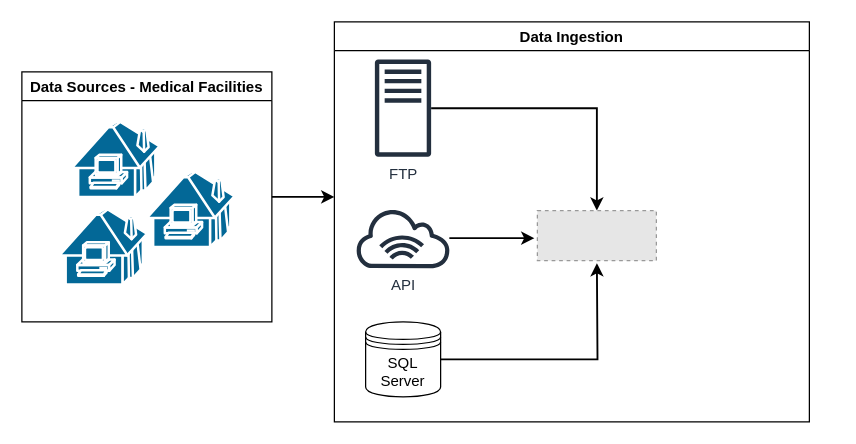
Before: Untitled Diagram.drawio in lapido/afrinomics, a draw.io diagram. Source tidied: cells renumbered, new cells numbered last; positions are measured from the earlier drawing's top-left corner, leaving out a move shared by most shapes. Both pictures are drawn from the tidied source at 125%, with x=0, y=0 at pixel (21, 21). Pictures stored in the file or linked from it are replaced by grey dashed boxes.
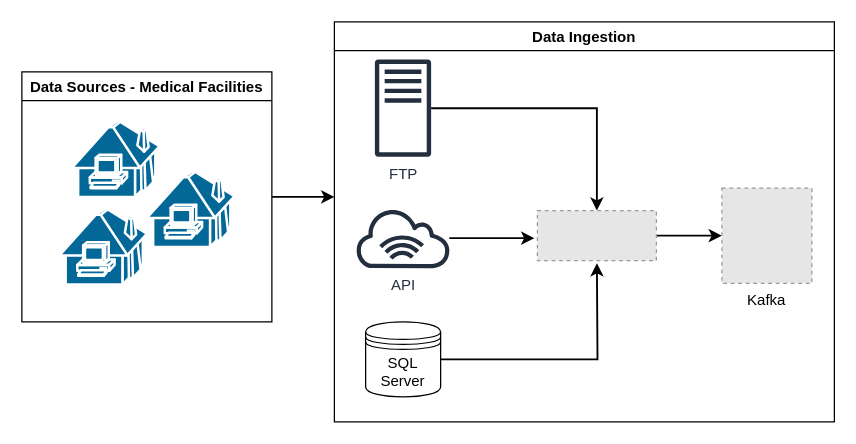
The same diagram, later.

The edit, as a diff of the source:
```diff
@@
 <mxGraphModel>
   <root>
     <mxCell id="0" />
     <mxCell id="1" parent="0" />
     <mxCell id="2" value="Data Ingestion" style="swimlane;" parent="1" vertex="1">
-      <mxGeometry x="250" width="380" height="320" as="geometry" />
+      <mxGeometry x="250" width="400" height="320" as="geometry" />
     </mxCell>
     <mxCell id="3" style="edgeStyle=orthogonalEdgeStyle;rounded=0;jettySize=auto;html=1;entryX=0.5;entryY=0;entryDx=0;entryDy=0;strokeWidth=1.5;" parent="2" edge="1" source="4" target="6">
       <mxGeometry relative="1" as="geometry" />
     </mxCell>
     <mxCell id="4" value="FTP" style="outlineConnect=0;fontColor=#232F3E;gradientColor=none;fillColor=#232F3E;strokeColor=none;dashed=0;verticalLabelPosition=bottom;verticalAlign=top;align=center;html=1;fontSize=12;fontStyle=0;shape=mxgraph.aws4.traditional_server;" parent="2" vertex="1">
       <mxGeometry x="32.4" y="30" width="45" height="78" as="geometry" />
     </mxCell>
     <mxCell id="5" value="API" style="outlineConnect=0;fontColor=#232F3E;gradientColor=none;fillColor=#232F3E;strokeColor=none;dashed=0;verticalLabelPosition=bottom;verticalAlign=top;align=center;html=1;fontSize=12;fontStyle=0;shape=mxgraph.aws4.internet_alt1;" parent="2" vertex="1">
       <mxGeometry x="15.9" y="149" width="78" height="48" as="geometry" />
     </mxCell>
+    <mxCell id="16" style="edgeStyle=orthogonalEdgeStyle;rounded=0;jettySize=auto;html=1;entryX=0;entryY=0.5;entryDx=0;entryDy=0;strokeWidth=1.5;" parent="2" edge="1" source="6" target="17">
+      <mxGeometry relative="1" as="geometry" />
+    </mxCell>
     <mxCell id="6" style="fillColor=#E6E6E6;strokeColor=#999999;dashed=1;verticalLabelPosition=bottom;labelBackgroundColor=#ffffff;verticalAlign=top;" parent="2" vertex="1">
       <mxGeometry x="162.4" y="151" width="95.2" height="40" as="geometry" />
     </mxCell>
     <mxCell id="7" style="edgeStyle=orthogonalEdgeStyle;rounded=0;jettySize=auto;html=1;strokeWidth=1.5;" parent="2" edge="1" source="8">
       <mxGeometry relative="1" as="geometry">
         <mxPoint x="210" y="193" as="targetPoint" />
       </mxGeometry>
     </mxCell>
     <mxCell id="8" value="SQL Server" style="shape=datastore;whiteSpace=wrap;html=1;" parent="2" vertex="1">
       <mxGeometry x="25" y="240" width="60" height="60" as="geometry" />
     </mxCell>
+    <mxCell id="17" value="Kafka" style="fillColor=#E6E6E6;strokeColor=#999999;dashed=1;verticalLabelPosition=bottom;labelBackgroundColor=#ffffff;verticalAlign=top;" parent="2" vertex="1">
+      <mxGeometry x="310" y="133" width="72" height="76.1" as="geometry" />
+    </mxCell>
     <mxCell id="9" style="group;" parent="1" vertex="1">
       <mxGeometry y="40" width="200" height="200" as="geometry" />
     </mxCell>
     <mxCell id="10" style="shape=mxgraph.cisco.buildings.telecommuter_house_pc;html=1;dashed=0;fillColor=#036897;strokeColor=#ffffff;strokeWidth=2;verticalLabelPosition=bottom;verticalAlign=top;align=center;" parent="9" vertex="1">
       <mxGeometry x="30" y="110" width="70" height="60" as="geometry" />
     </mxCell>
     <mxCell id="11" style="shape=mxgraph.cisco.buildings.telecommuter_house_pc;html=1;dashed=0;fillColor=#036897;strokeColor=#ffffff;strokeWidth=2;verticalLabelPosition=bottom;verticalAlign=top;align=center;" parent="9" vertex="1">
       <mxGeometry x="100" y="80" width="70" height="60" as="geometry" />
     </mxCell>
     <mxCell id="12" value="Data Sources - Medical Facilities" style="swimlane;" parent="9" vertex="1">
       <mxGeometry width="200" height="200" as="geometry" />
     </mxCell>
     <mxCell id="13" style="shape=mxgraph.cisco.buildings.telecommuter_house_pc;html=1;dashed=0;fillColor=#036897;strokeColor=#ffffff;strokeWidth=2;verticalLabelPosition=bottom;verticalAlign=top;align=center;" parent="12" vertex="1">
       <mxGeometry x="40" y="40" width="70" height="60" as="geometry" />
     </mxCell>
     <mxCell id="14" style="edgeStyle=orthogonalEdgeStyle;rounded=0;jettySize=auto;html=1;strokeWidth=1.5;" parent="1" edge="1" source="12">
       <mxGeometry relative="1" as="geometry">
         <mxPoint x="250" y="140" as="targetPoint" />
       </mxGeometry>
     </mxCell>
     <mxCell id="15" style="edgeStyle=orthogonalEdgeStyle;rounded=0;jettySize=auto;html=1;strokeWidth=1.5;" parent="1" edge="1" source="5">
       <mxGeometry relative="1" as="geometry">
         <mxPoint x="410" y="173" as="targetPoint" />
       </mxGeometry>
     </mxCell>
   </root>
 </mxGraphModel>
```
